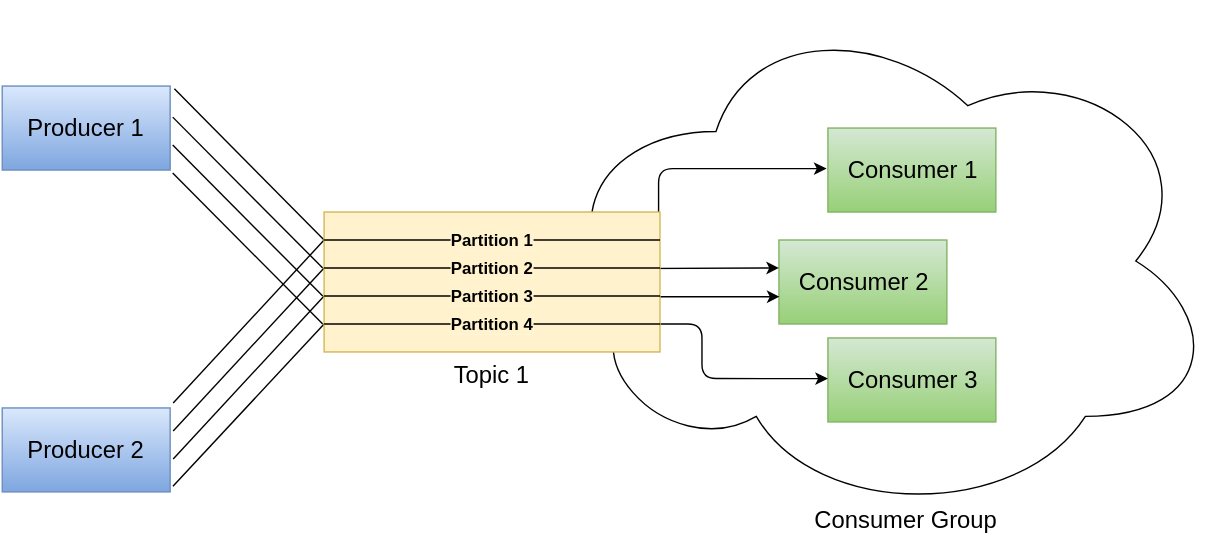
Before: src/kafka-relationships_between_producers_consumers_topics.svg, a diagram exported from draw.io (mguenther/presentations). Source tidied: cells renumbered, new cells last; positions are measured from the earlier drawing's top-left corner, leaving out a move shared by most shapes.
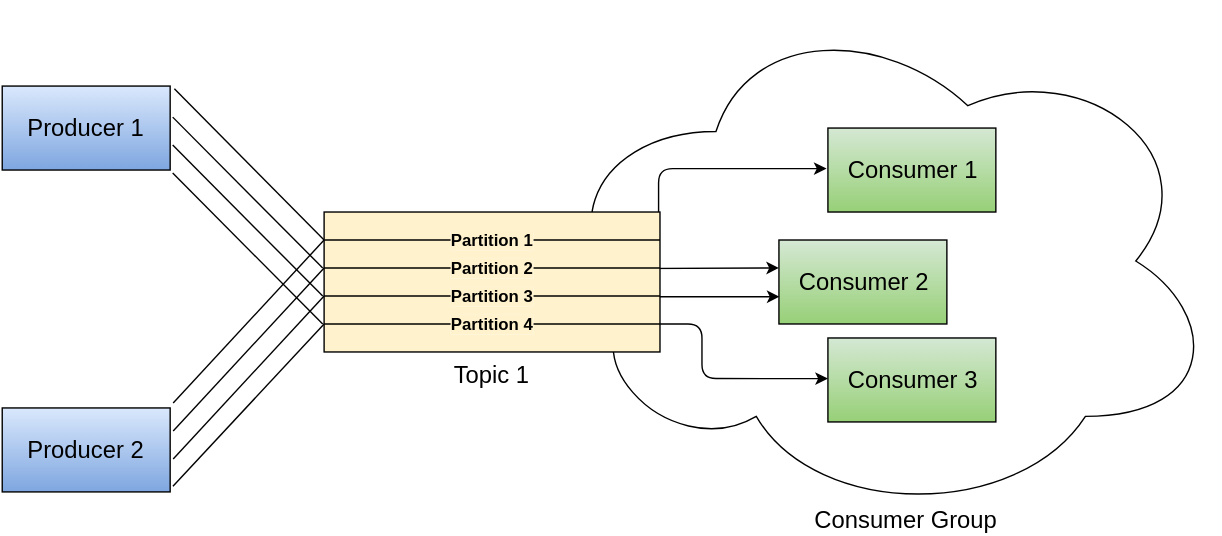
Later version of the same file.

The edit, as a diff of the source:
```diff
@@ -2,25 +2,25 @@
   <root>
     <mxCell id="0" />
     <mxCell id="1" parent="0" />
-    <mxCell id="2" value="Producer 1" style="whiteSpace=wrap;html=1;labelBackgroundColor=none;strokeColor=#6c8ebf;strokeWidth=1;fillColor=#dae8fc;fontSize=17;fontColor=#000000;align=center;gradientColor=#7ea6e0;" parent="1" vertex="1">
+    <mxCell id="2" value="Producer 1" style="whiteSpace=wrap;html=1;labelBackgroundColor=none;strokeColor=#000000;strokeWidth=1;fillColor=#dae8fc;fontSize=17;fontColor=#000000;align=center;gradientColor=#7ea6e0;" parent="1" vertex="1">
       <mxGeometry y="60" width="120" height="60" as="geometry" />
     </mxCell>
-    <mxCell id="3" value="Producer 2" style="whiteSpace=wrap;html=1;labelBackgroundColor=none;strokeColor=#6c8ebf;strokeWidth=1;fillColor=#dae8fc;gradientColor=#7ea6e0;fontSize=17;fontColor=#000000;align=center;" parent="1" vertex="1">
+    <mxCell id="3" value="Producer 2" style="whiteSpace=wrap;html=1;labelBackgroundColor=none;strokeColor=#000000;strokeWidth=1;fillColor=#dae8fc;gradientColor=#7ea6e0;fontSize=17;fontColor=#000000;align=center;" parent="1" vertex="1">
       <mxGeometry y="290" width="120" height="60" as="geometry" />
     </mxCell>
-    <mxCell id="4" style="group;" parent="1" vertex="1">
+    <mxCell id="4" style="group;strokeColor=none;" parent="1" vertex="1">
       <mxGeometry x="390" width="480" height="370" as="geometry" />
     </mxCell>
     <mxCell id="5" style="ellipse;shape=cloud;whiteSpace=wrap;html=1;labelBackgroundColor=none;strokeColor=#000000;strokeWidth=1;fillColor=#ffffff;fontSize=17;fontColor=#000000;align=center;" parent="4" vertex="1">
       <mxGeometry width="480" height="370" as="geometry" />
     </mxCell>
-    <mxCell id="6" value="Consumer 1" style="whiteSpace=wrap;html=1;labelBackgroundColor=none;strokeColor=#82b366;strokeWidth=1;fillColor=#d5e8d4;gradientColor=#97d077;fontSize=17;fontColor=#000000;align=center;" parent="4" vertex="1">
+    <mxCell id="6" value="Consumer 1" style="whiteSpace=wrap;html=1;labelBackgroundColor=none;strokeColor=#000000;strokeWidth=1;fillColor=#d5e8d4;gradientColor=#97d077;fontSize=17;fontColor=#000000;align=center;" parent="4" vertex="1">
       <mxGeometry x="200" y="90" width="120" height="60" as="geometry" />
     </mxCell>
-    <mxCell id="7" value="Consumer 2" style="whiteSpace=wrap;html=1;labelBackgroundColor=none;strokeColor=#82b366;strokeWidth=1;fillColor=#d5e8d4;gradientColor=#97d077;fontSize=17;fontColor=#000000;align=center;" parent="4" vertex="1">
+    <mxCell id="7" value="Consumer 2" style="whiteSpace=wrap;html=1;labelBackgroundColor=none;strokeColor=#000000;strokeWidth=1;fillColor=#d5e8d4;gradientColor=#97d077;fontSize=17;fontColor=#000000;align=center;" parent="4" vertex="1">
       <mxGeometry x="165" y="170" width="120" height="60" as="geometry" />
     </mxCell>
-    <mxCell id="8" value="Consumer 3" style="whiteSpace=wrap;html=1;labelBackgroundColor=none;strokeColor=#82b366;strokeWidth=1;fillColor=#d5e8d4;gradientColor=#97d077;fontSize=17;fontColor=#000000;align=center;" parent="4" vertex="1">
+    <mxCell id="8" value="Consumer 3" style="whiteSpace=wrap;html=1;labelBackgroundColor=none;strokeColor=#000000;strokeWidth=1;fillColor=#d5e8d4;gradientColor=#97d077;fontSize=17;fontColor=#000000;align=center;" parent="4" vertex="1">
       <mxGeometry x="200" y="240" width="120" height="60" as="geometry" />
     </mxCell>
     <mxCell id="9" style="endArrow=classic;html=1;fontFamily=Helvetica;fontSize=12;fontColor=#666666;exitX=0.072;exitY=0.462;exitPerimeter=0;entryX=0;entryY=0.5;" parent="4" edge="1">
@@ -103,7 +103,7 @@
         <mxPoint x="230" y="170" as="targetPoint" />
       </mxGeometry>
     </mxCell>
-    <mxCell id="22" value="&lt;div style=&quot;text-align: left&quot;&gt;&lt;span style=&quot;font-size: 17px ; color: rgb(0 , 0 , 0)&quot;&gt;Topic 1&lt;/span&gt;&lt;/div&gt;" style="whiteSpace=wrap;html=1;labelBackgroundColor=none;strokeColor=#d6b656;strokeWidth=1;fillColor=#FFF2CC;fontFamily=Helvetica;fontSize=12;fontColor=#666666;align=center;labelPosition=center;verticalLabelPosition=bottom;verticalAlign=top;" parent="1" vertex="1">
+    <mxCell id="22" value="&lt;div style=&quot;text-align: left&quot;&gt;&lt;span style=&quot;font-size: 17px ; color: rgb(0 , 0 , 0)&quot;&gt;Topic 1&lt;/span&gt;&lt;/div&gt;" style="whiteSpace=wrap;html=1;labelBackgroundColor=none;strokeColor=#000000;strokeWidth=1;fillColor=#FFF2CC;fontFamily=Helvetica;fontSize=12;fontColor=#666666;align=center;labelPosition=center;verticalLabelPosition=bottom;verticalAlign=top;" parent="1" vertex="1">
       <mxGeometry x="230" y="150" width="240" height="100" as="geometry" />
     </mxCell>
     <mxCell id="23" value="&lt;font color=&quot;#000000&quot; style=&quot;background-color: rgb(255 , 242 , 204)&quot;&gt;&lt;b&gt;Partition 1&lt;/b&gt;&lt;/font&gt;" style="endArrow=none;html=1;fontFamily=Helvetica;fontSize=12;fontColor=#666666;endFill=0;" parent="1" edge="1">
```
